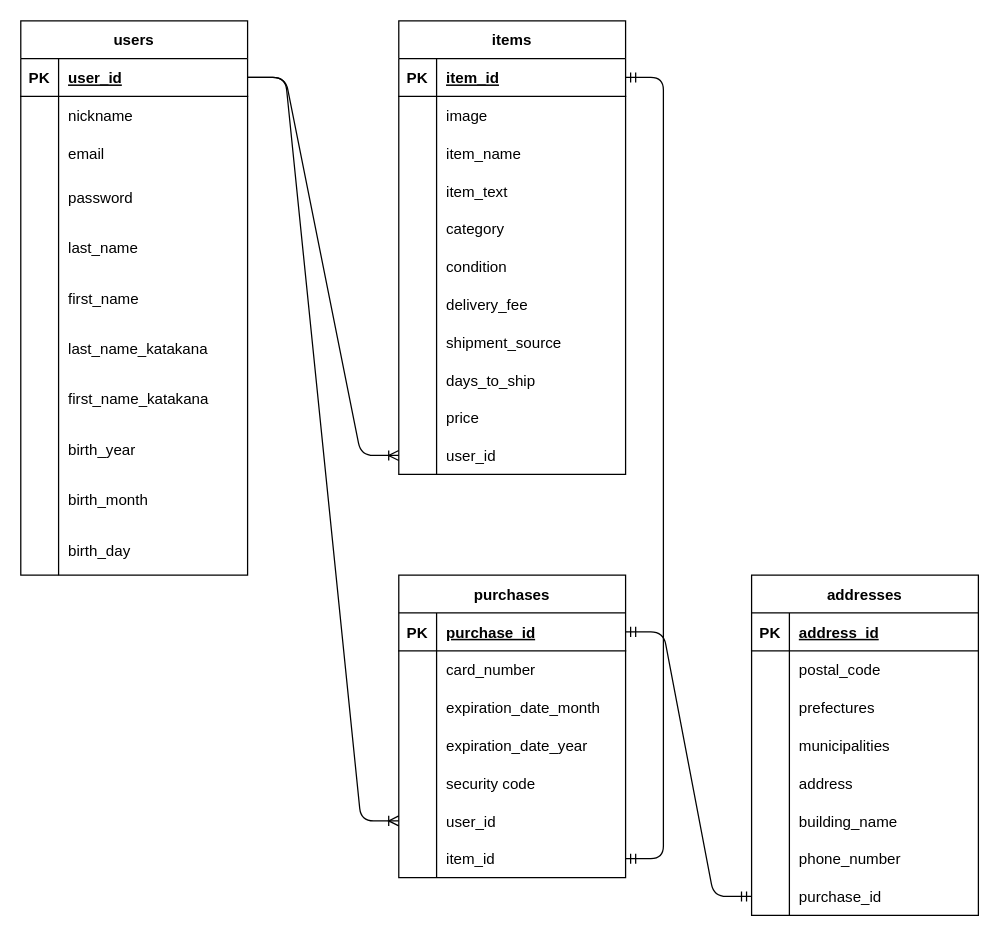
Before: ER.dio in shibayamasho/furima-34448, a draw.io diagram. Source tidied: cells renumbered, new cells numbered last; positions are measured from the earlier drawing's top-left corner, leaving out a move shared by most shapes. Both pictures are drawn from the tidied source at 126%, with x=0, y=0 at pixel (20, 20).
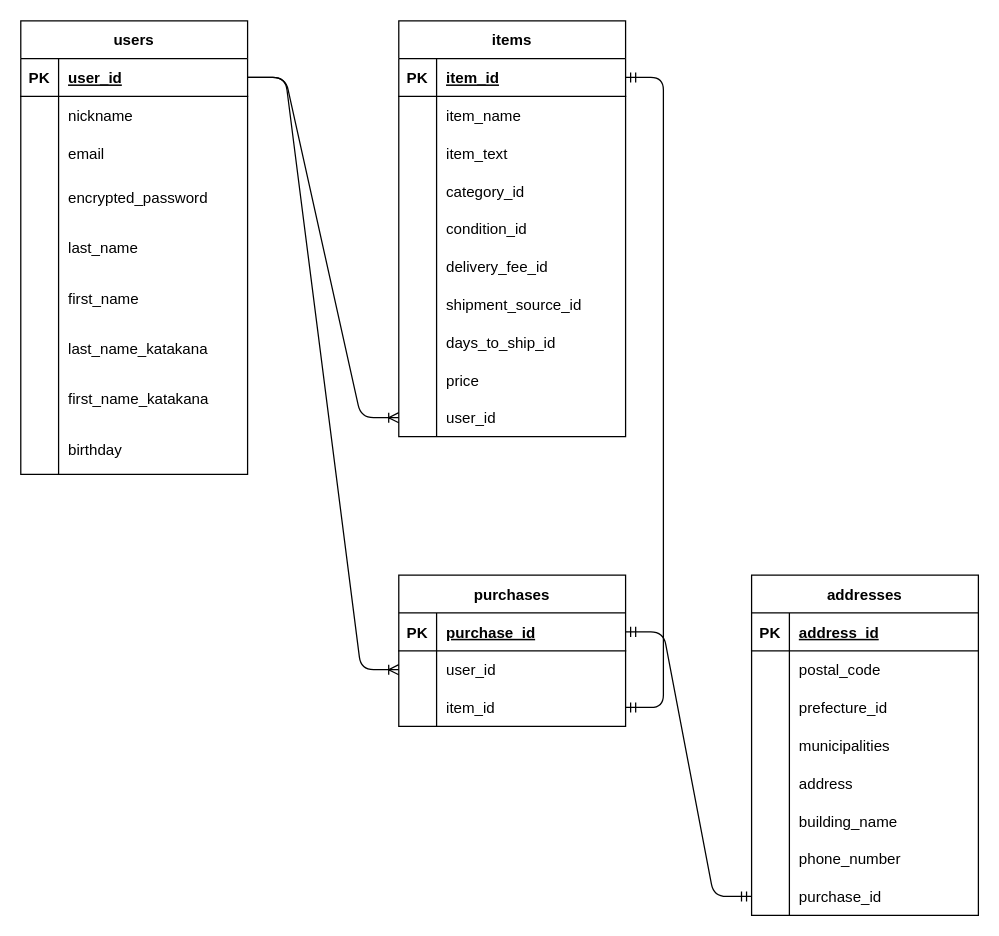
The same diagram, later.

Unchanged cells that the change refers to:
```xml
<mxCell id="12" style="shape=partialRectangle;fillColor=none;top=0;left=0;bottom=0;right=0;" parent="2" vertex="1">
  <mxGeometry y="120" width="180" height="40" as="geometry" />
</mxCell>
<mxCell id="27" style="shape=partialRectangle;fillColor=none;top=0;left=0;bottom=0;right=0;" parent="2" vertex="1">
  <mxGeometry y="320" width="180" height="40" as="geometry" />
</mxCell>
<mxCell id="78" style="shape=partialRectangle;fillColor=none;top=0;left=0;bottom=0;right=0;" parent="71" vertex="1">
  <mxGeometry y="90" width="180" height="30" as="geometry" />
</mxCell>
```

Diff of the diagram source:
```diff
@@
     <mxCell id="2" value="users" style="shape=table;startSize=30;childLayout=tableLayout;rowLines=0;fontStyle=1;align=center;" parent="1" vertex="1">
-      <mxGeometry width="180" height="440" as="geometry" />
+      <mxGeometry width="180" height="360" as="geometry" />
     </mxCell>
@@
-    <mxCell id="14" value="password" style="shape=partialRectangle;fillColor=none;top=0;left=0;bottom=0;right=0;align=left;spacingLeft=6;overflow=hidden;" parent="12" vertex="1">
+    <mxCell id="14" value="encrypted_password" style="shape=partialRectangle;fillColor=none;top=0;left=0;bottom=0;right=0;align=left;spacingLeft=6;overflow=hidden;" parent="12" vertex="1">
       <mxGeometry x="30" width="150" height="40" as="geometry" />
     </mxCell>
@@
-    <mxCell id="29" value="birth_year" style="shape=partialRectangle;fillColor=none;top=0;left=0;bottom=0;right=0;align=left;spacingLeft=6;overflow=hidden;" parent="27" vertex="1">
+    <mxCell id="29" value="birthday" style="shape=partialRectangle;fillColor=none;top=0;left=0;bottom=0;right=0;align=left;spacingLeft=6;overflow=hidden;" parent="27" vertex="1">
       <mxGeometry x="30" width="150" height="40" as="geometry" />
     </mxCell>
-    <mxCell id="30" style="shape=partialRectangle;fillColor=none;top=0;left=0;bottom=0;right=0;" parent="2" vertex="1">
-      <mxGeometry y="360" width="180" height="40" as="geometry" />
-    </mxCell>
-    <mxCell id="31" style="shape=partialRectangle;fillColor=none;top=0;left=0;bottom=0;right=0;overflow=hidden;" parent="30" vertex="1">
-      <mxGeometry width="30" height="40" as="geometry" />
-    </mxCell>
-    <mxCell id="32" value="birth_month" style="shape=partialRectangle;fillColor=none;top=0;left=0;bottom=0;right=0;align=left;spacingLeft=6;overflow=hidden;" parent="30" vertex="1">
-      <mxGeometry x="30" width="150" height="40" as="geometry" />
-    </mxCell>
-    <mxCell id="33" style="shape=partialRectangle;fillColor=none;top=0;left=0;bottom=0;right=0;" parent="2" vertex="1">
-      <mxGeometry y="400" width="180" height="40" as="geometry" />
-    </mxCell>
-    <mxCell id="34" style="shape=partialRectangle;fillColor=none;top=0;left=0;bottom=0;right=0;overflow=hidden;" parent="33" vertex="1">
-      <mxGeometry width="30" height="40" as="geometry" />
-    </mxCell>
-    <mxCell id="35" value="birth_day" style="shape=partialRectangle;fillColor=none;top=0;left=0;bottom=0;right=0;align=left;spacingLeft=6;overflow=hidden;" parent="33" vertex="1">
-      <mxGeometry x="30" width="150" height="40" as="geometry" />
-    </mxCell>
     <mxCell id="36" value="items" style="shape=table;startSize=30;childLayout=tableLayout;rowLines=0;fontStyle=1;align=center;" parent="1" vertex="1">
-      <mxGeometry x="300" width="180" height="360" as="geometry" />
+      <mxGeometry x="300" width="180" height="330" as="geometry" />
     </mxCell>
@@
-    <mxCell id="40" style="shape=partialRectangle;fillColor=none;top=0;left=0;bottom=0;right=0;" parent="36" vertex="1">
-      <mxGeometry y="60" width="180" height="30" as="geometry" />
-    </mxCell>
-    <mxCell id="41" style="shape=partialRectangle;fillColor=none;top=0;left=0;bottom=0;right=0;overflow=hidden;" parent="40" vertex="1">
-      <mxGeometry width="30" height="30" as="geometry" />
-    </mxCell>
-    <mxCell id="42" value="image" style="shape=partialRectangle;fillColor=none;top=0;left=0;bottom=0;right=0;align=left;spacingLeft=6;overflow=hidden;" parent="40" vertex="1">
-      <mxGeometry x="30" width="150" height="30" as="geometry" />
-    </mxCell>
     <mxCell id="43" style="shape=partialRectangle;fillColor=none;top=0;left=0;bottom=0;right=0;" parent="36" vertex="1">
-      <mxGeometry y="90" width="180" height="30" as="geometry" />
+      <mxGeometry y="60" width="180" height="30" as="geometry" />
     </mxCell>
@@
     <mxCell id="46" style="shape=partialRectangle;fillColor=none;top=0;left=0;bottom=0;right=0;" parent="36" vertex="1">
-      <mxGeometry y="120" width="180" height="30" as="geometry" />
+      <mxGeometry y="90" width="180" height="30" as="geometry" />
     </mxCell>
@@
     <mxCell id="49" style="shape=partialRectangle;fillColor=none;top=0;left=0;bottom=0;right=0;" parent="36" vertex="1">
-      <mxGeometry y="150" width="180" height="30" as="geometry" />
+      <mxGeometry y="120" width="180" height="30" as="geometry" />
     </mxCell>
@@
-    <mxCell id="51" value="category" style="shape=partialRectangle;fillColor=none;top=0;left=0;bottom=0;right=0;align=left;spacingLeft=6;overflow=hidden;" parent="49" vertex="1">
+    <mxCell id="51" value="category_id" style="shape=partialRectangle;fillColor=none;top=0;left=0;bottom=0;right=0;align=left;spacingLeft=6;overflow=hidden;" parent="49" vertex="1">
       <mxGeometry x="30" width="150" height="30" as="geometry" />
     </mxCell>
     <mxCell id="52" style="shape=partialRectangle;fillColor=none;top=0;left=0;bottom=0;right=0;" parent="36" vertex="1">
-      <mxGeometry y="180" width="180" height="30" as="geometry" />
+      <mxGeometry y="150" width="180" height="30" as="geometry" />
     </mxCell>
@@
-    <mxCell id="54" value="condition" style="shape=partialRectangle;fillColor=none;top=0;left=0;bottom=0;right=0;align=left;spacingLeft=6;overflow=hidden;" parent="52" vertex="1">
+    <mxCell id="54" value="condition_id" style="shape=partialRectangle;fillColor=none;top=0;left=0;bottom=0;right=0;align=left;spacingLeft=6;overflow=hidden;" parent="52" vertex="1">
       <mxGeometry x="30" width="150" height="30" as="geometry" />
     </mxCell>
     <mxCell id="55" style="shape=partialRectangle;fillColor=none;top=0;left=0;bottom=0;right=0;" parent="36" vertex="1">
-      <mxGeometry y="210" width="180" height="30" as="geometry" />
+      <mxGeometry y="180" width="180" height="30" as="geometry" />
     </mxCell>
@@
-    <mxCell id="57" value="delivery_fee" style="shape=partialRectangle;fillColor=none;top=0;left=0;bottom=0;right=0;align=left;spacingLeft=6;overflow=hidden;" parent="55" vertex="1">
+    <mxCell id="57" value="delivery_fee_id" style="shape=partialRectangle;fillColor=none;top=0;left=0;bottom=0;right=0;align=left;spacingLeft=6;overflow=hidden;" parent="55" vertex="1">
       <mxGeometry x="30" width="150" height="30" as="geometry" />
     </mxCell>
     <mxCell id="58" style="shape=partialRectangle;fillColor=none;top=0;left=0;bottom=0;right=0;" parent="36" vertex="1">
-      <mxGeometry y="240" width="180" height="30" as="geometry" />
+      <mxGeometry y="210" width="180" height="30" as="geometry" />
     </mxCell>
@@
-    <mxCell id="60" value="shipment_source" style="shape=partialRectangle;fillColor=none;top=0;left=0;bottom=0;right=0;align=left;spacingLeft=6;overflow=hidden;" parent="58" vertex="1">
+    <mxCell id="60" value="shipment_source_id" style="shape=partialRectangle;fillColor=none;top=0;left=0;bottom=0;right=0;align=left;spacingLeft=6;overflow=hidden;" parent="58" vertex="1">
       <mxGeometry x="30" width="150" height="30" as="geometry" />
     </mxCell>
     <mxCell id="61" style="shape=partialRectangle;fillColor=none;top=0;left=0;bottom=0;right=0;" parent="36" vertex="1">
-      <mxGeometry y="270" width="180" height="30" as="geometry" />
+      <mxGeometry y="240" width="180" height="30" as="geometry" />
     </mxCell>
@@
-    <mxCell id="63" value="days_to_ship" style="shape=partialRectangle;fillColor=none;top=0;left=0;bottom=0;right=0;align=left;spacingLeft=6;overflow=hidden;" parent="61" vertex="1">
+    <mxCell id="63" value="days_to_ship_id" style="shape=partialRectangle;fillColor=none;top=0;left=0;bottom=0;right=0;align=left;spacingLeft=6;overflow=hidden;" parent="61" vertex="1">
       <mxGeometry x="30" width="150" height="30" as="geometry" />
     </mxCell>
     <mxCell id="64" style="shape=partialRectangle;fillColor=none;top=0;left=0;bottom=0;right=0;" parent="36" vertex="1">
-      <mxGeometry y="300" width="180" height="30" as="geometry" />
+      <mxGeometry y="270" width="180" height="30" as="geometry" />
     </mxCell>
@@
     <mxCell id="67" style="shape=partialRectangle;fillColor=none;top=0;left=0;bottom=0;right=0;points=[[0,0.5],[1,0.5]];portConstraint=eastwest;" parent="36" vertex="1">
-      <mxGeometry y="330" width="180" height="30" as="geometry" />
+      <mxGeometry y="300" width="180" height="30" as="geometry" />
     </mxCell>
@@
-    <mxCell id="80" value="prefectures" style="shape=partialRectangle;fillColor=none;top=0;left=0;bottom=0;right=0;align=left;spacingLeft=6;overflow=hidden;" parent="78" vertex="1">
+    <mxCell id="80" value="prefecture_id" style="shape=partialRectangle;fillColor=none;top=0;left=0;bottom=0;right=0;align=left;spacingLeft=6;overflow=hidden;" parent="78" vertex="1">
       <mxGeometry x="30" width="150" height="30" as="geometry" />
     </mxCell>
@@
     <mxCell id="96" value="purchases" style="shape=table;startSize=30;childLayout=tableLayout;rowLines=0;fontStyle=1;align=center;" parent="1" vertex="1">
-      <mxGeometry x="300" y="440" width="180" height="240" as="geometry" />
+      <mxGeometry x="300" y="440" width="180" height="120" as="geometry" />
     </mxCell>
@@
-    <mxCell id="100" style="shape=partialRectangle;fillColor=none;top=0;left=0;bottom=0;right=0;" parent="96" vertex="1">
-      <mxGeometry y="60" width="180" height="30" as="geometry" />
-    </mxCell>
-    <mxCell id="101" style="shape=partialRectangle;fillColor=none;top=0;left=0;bottom=0;right=0;overflow=hidden;" parent="100" vertex="1">
-      <mxGeometry width="30" height="30" as="geometry" />
-    </mxCell>
-    <mxCell id="102" value="card_number" style="shape=partialRectangle;fillColor=none;top=0;left=0;bottom=0;right=0;align=left;spacingLeft=6;overflow=hidden;" parent="100" vertex="1">
-      <mxGeometry x="30" width="150" height="30" as="geometry" />
-    </mxCell>
-    <mxCell id="103" style="shape=partialRectangle;fillColor=none;top=0;left=0;bottom=0;right=0;" parent="96" vertex="1">
-      <mxGeometry y="90" width="180" height="30" as="geometry" />
-    </mxCell>
-    <mxCell id="104" style="shape=partialRectangle;fillColor=none;top=0;left=0;bottom=0;right=0;overflow=hidden;" parent="103" vertex="1">
-      <mxGeometry width="30" height="30" as="geometry" />
-    </mxCell>
-    <mxCell id="105" value="expiration_date_month" style="shape=partialRectangle;fillColor=none;top=0;left=0;bottom=0;right=0;align=left;spacingLeft=6;overflow=hidden;" parent="103" vertex="1">
-      <mxGeometry x="30" width="150" height="30" as="geometry" />
-    </mxCell>
-    <mxCell id="106" style="shape=partialRectangle;fillColor=none;top=0;left=0;bottom=0;right=0;" parent="96" vertex="1">
-      <mxGeometry y="120" width="180" height="30" as="geometry" />
-    </mxCell>
-    <mxCell id="107" style="shape=partialRectangle;fillColor=none;top=0;left=0;bottom=0;right=0;overflow=hidden;" parent="106" vertex="1">
-      <mxGeometry width="30" height="30" as="geometry" />
-    </mxCell>
-    <mxCell id="108" value="expiration_date_year" style="shape=partialRectangle;fillColor=none;top=0;left=0;bottom=0;right=0;align=left;spacingLeft=6;overflow=hidden;" parent="106" vertex="1">
-      <mxGeometry x="30" width="150" height="30" as="geometry" />
-    </mxCell>
-    <mxCell id="109" style="shape=partialRectangle;fillColor=none;top=0;left=0;bottom=0;right=0;" parent="96" vertex="1">
-      <mxGeometry y="150" width="180" height="30" as="geometry" />
-    </mxCell>
-    <mxCell id="110" style="shape=partialRectangle;fillColor=none;top=0;left=0;bottom=0;right=0;overflow=hidden;" parent="109" vertex="1">
-      <mxGeometry width="30" height="30" as="geometry" />
-    </mxCell>
-    <mxCell id="111" value="security code" style="shape=partialRectangle;fillColor=none;top=0;left=0;bottom=0;right=0;align=left;spacingLeft=6;overflow=hidden;" parent="109" vertex="1">
-      <mxGeometry x="30" width="150" height="30" as="geometry" />
-    </mxCell>
     <mxCell id="112" style="shape=partialRectangle;fillColor=none;top=0;left=0;bottom=0;right=0;points=[[0,0.5],[1,0.5]];portConstraint=eastwest;" parent="96" vertex="1">
-      <mxGeometry y="180" width="180" height="30" as="geometry" />
+      <mxGeometry y="60" width="180" height="30" as="geometry" />
     </mxCell>
@@
     <mxCell id="115" style="shape=partialRectangle;fillColor=none;top=0;left=0;bottom=0;right=0;points=[[0,0.5],[1,0.5]];portConstraint=eastwest;" parent="96" vertex="1">
-      <mxGeometry y="210" width="180" height="30" as="geometry" />
+      <mxGeometry y="90" width="180" height="30" as="geometry" />
     </mxCell>
```
